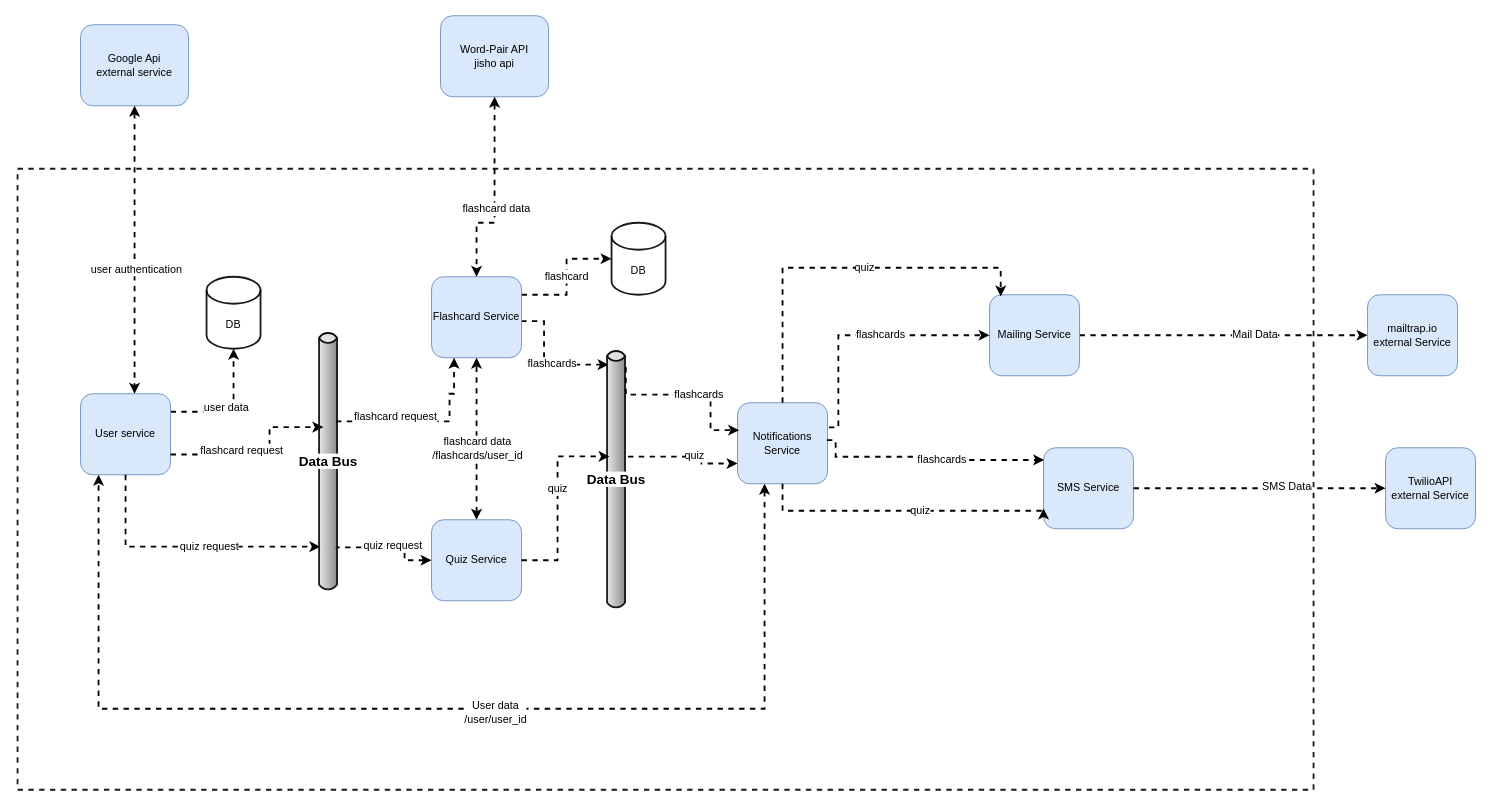
This is services.drawio from JakubKedzierski/JapaneseFlashcards, a draw.io file, before an edit. Source tidied: cells renumbered, new cells numbered last; positions are measured from the earlier drawing's top-left corner, leaving out a move shared by most shapes. Both pictures are drawn from the tidied source at 90%, with x=0, y=0 at pixel (17, 15).
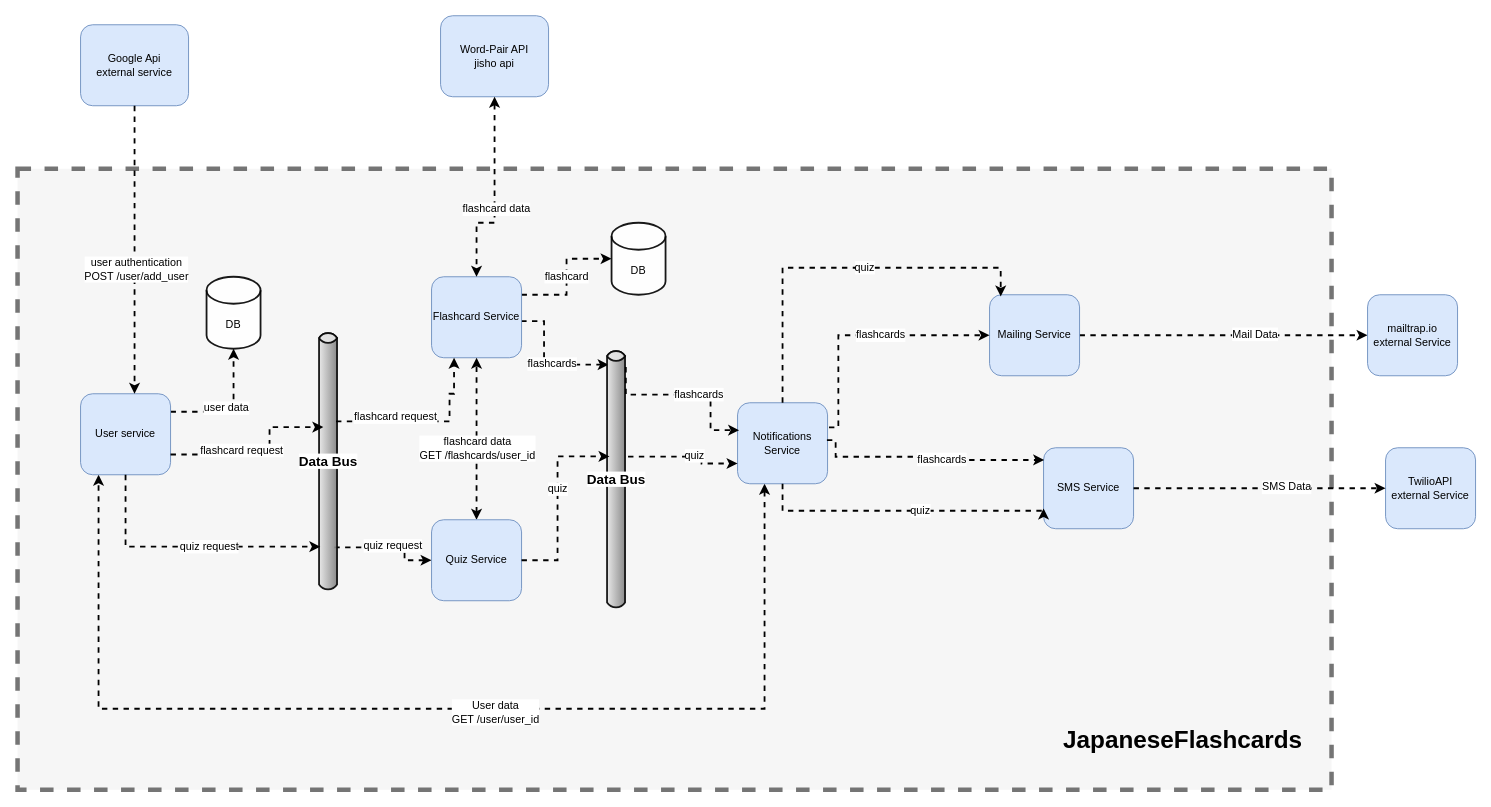
Above is the later version.

Unchanged cells that the change refers to:
```xml
<mxCell id="7" style="edgeStyle=orthogonalEdgeStyle;rounded=0;jettySize=auto;html=1;dashed=1;strokeWidth=2;fontSize=12;fontColor=#000000;startArrow=classic;startFill=1;endArrow=classic;endFill=1;" parent="1" edge="1" source="9" target="23">
  <mxGeometry relative="1" as="geometry">
    <Array as="points">
      <mxPoint x="830" y="770" />
      <mxPoint x="90" y="770" />
    </Array>
  </mxGeometry>
</mxCell>
<mxCell id="23" value="User service" style="rounded=1;whiteSpace=wrap;html=1;strokeWidth=1;fillColor=#dae8fc;strokeColor=#6c8ebf;" parent="1" vertex="1">
  <mxGeometry x="70" y="420" width="100" height="90" as="geometry" />
</mxCell>
<mxCell id="26" style="edgeStyle=orthogonalEdgeStyle;rounded=0;jettySize=auto;html=1;dashed=1;strokeWidth=2;fontSize=12;fontColor=#000000;startArrow=classic;startFill=1;endArrow=classic;endFill=1;" parent="1" edge="1" source="28" target="6">
  <mxGeometry relative="1" as="geometry" />
</mxCell>
<mxCell id="45" value="&lt;div&gt;Google Api&lt;br&gt;external service&lt;/div&gt;" style="rounded=1;whiteSpace=wrap;html=1;strokeWidth=1;fillColor=#dae8fc;strokeColor=#6c8ebf;" parent="1" vertex="1">
  <mxGeometry x="70" y="10" width="120" height="90" as="geometry" />
</mxCell>
```

The edit, as a diff of the source:
```diff
@@
-    <mxCell id="2" style="rounded=0;whiteSpace=wrap;html=1;labelBackgroundColor=#FFFFFF;labelBorderColor=none;strokeWidth=2;fontSize=12;fontColor=#000000;gradientColor=none;opacity=90;dashed=1;" parent="1" vertex="1">
-      <mxGeometry y="170" width="1440" height="690" as="geometry" />
+    <mxCell id="2" style="rounded=0;whiteSpace=wrap;html=1;labelBackgroundColor=#FFFFFF;labelBorderColor=none;strokeWidth=5;fontSize=12;opacity=90;dashed=1;fillColor=#f5f5f5;fontColor=#333333;strokeColor=#666666;" parent="1" vertex="1">
+      <mxGeometry y="170" width="1460" height="690" as="geometry" />
     </mxCell>
@@
-    <mxCell id="8" value="User data&lt;br&gt;/user/user_id" style="edgeLabel;html=1;align=center;verticalAlign=middle;fontSize=12;fontColor=#000000;" parent="7" vertex="1">
+    <mxCell id="8" value="User data&lt;br&gt;GET /user/user_id" style="edgeLabel;html=1;align=center;verticalAlign=middle;fontSize=12;fontColor=#000000;" parent="7" vertex="1">
       <mxGeometry x="-0.12" y="3" relative="1" as="geometry" />
     </mxCell>
@@
-    <mxCell id="27" value="flashcard data&lt;br&gt;/flashcards/user_id" style="edgeLabel;html=1;align=center;verticalAlign=middle;fontSize=12;fontColor=#000000;" parent="26" vertex="1">
+    <mxCell id="27" value="flashcard data&lt;br&gt;GET /flashcards/user_id" style="edgeLabel;html=1;align=center;verticalAlign=middle;fontSize=12;fontColor=#000000;" parent="26" vertex="1">
       <mxGeometry x="0.2" y="-1" relative="1" as="geometry">
         <mxPoint x="-1" y="28" as="offset" />
       </mxGeometry>
     </mxCell>
@@
-    <mxCell id="46" style="edgeStyle=orthogonalEdgeStyle;rounded=0;jettySize=auto;html=1;dashed=1;strokeWidth=2;startArrow=classic;startFill=1;" parent="1" edge="1" source="45" target="23">
+    <mxCell id="46" style="edgeStyle=orthogonalEdgeStyle;rounded=0;jettySize=auto;html=1;dashed=1;strokeWidth=2;startArrow=none;startFill=0;endArrow=classic;endFill=1;" parent="1" edge="1" source="45" target="23">
       <mxGeometry relative="1" as="geometry">
         <Array as="points">
           <mxPoint x="120" y="25" />
         </Array>
       </mxGeometry>
     </mxCell>
-    <mxCell id="47" value="user authentication" style="edgeLabel;html=1;align=center;verticalAlign=middle;fontSize=12;" parent="46" vertex="1">
+    <mxCell id="47" value="user authentication&lt;br&gt;POST /user/add_user" style="edgeLabel;html=1;align=center;verticalAlign=middle;fontSize=12;" parent="46" vertex="1">
       <mxGeometry x="0.13" y="1" relative="1" as="geometry" />
     </mxCell>
@@
+    <mxCell id="56" value="&lt;font style=&quot;font-size: 27px;&quot;&gt;&lt;b&gt;JapaneseFlashcards&lt;/b&gt;&lt;/font&gt;" style="text;html=1;strokeColor=none;fillColor=none;align=center;verticalAlign=middle;whiteSpace=wrap;rounded=0;fontSize=12;fontColor=#000000;" parent="1" vertex="1">
+      <mxGeometry x="1150" y="780" width="290" height="50" as="geometry" />
+    </mxCell>
```
